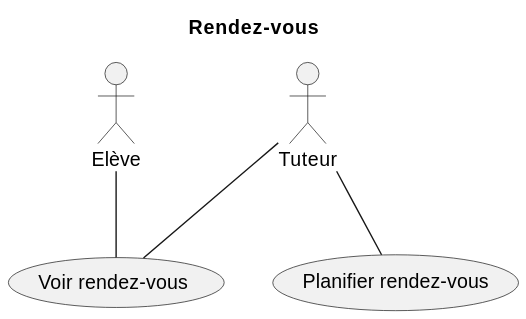
Earlier version of the PlantUML export docs/diagrams/appointment/appointment.svg (KMBCL/P3_specifications). Its diagram source:
```plantuml
@startuml
title Rendez-vous

!include cases_uml/common/actors.puml

usecase "Planifier rendez-vous" as plan_appointment
usecase "Voir rendez-vous" as see_appointment

tutor -- plan_appointment
tutor -- see_appointment

student -- see_appointment
@enduml
```
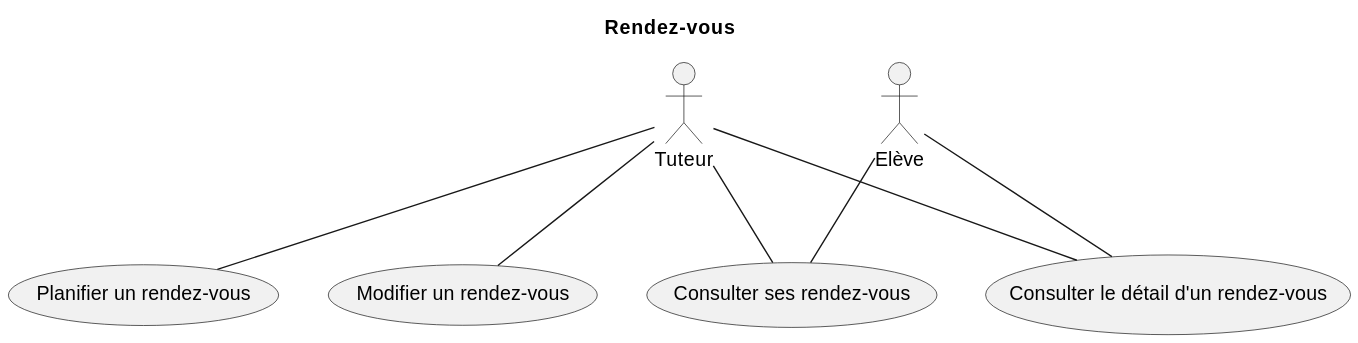
Above is the later version.

Diff of the diagram source:
```diff
@@ -1,13 +1,19 @@
 @startuml
 title Rendez-vous
 
-!include cases_uml/common/actors.puml
+!include /specifications/docs/diagrams/actors/common.puml
 
-usecase "Planifier rendez-vous" as plan_appointment
-usecase "Voir rendez-vous" as see_appointment
+usecase "Planifier un rendez-vous" as plan_appointment
+usecase "Modifier un rendez-vous" as update_appointment
+usecase "Consulter ses rendez-vous" as see_appointments
+usecase "Consulter le détail d'un rendez-vous" as see_appointment
 
 tutor -- plan_appointment
+tutor -- update_appointment
+tutor -- see_appointments
 tutor -- see_appointment
 
+
+student -- see_appointments
 student -- see_appointment
 @enduml
```
